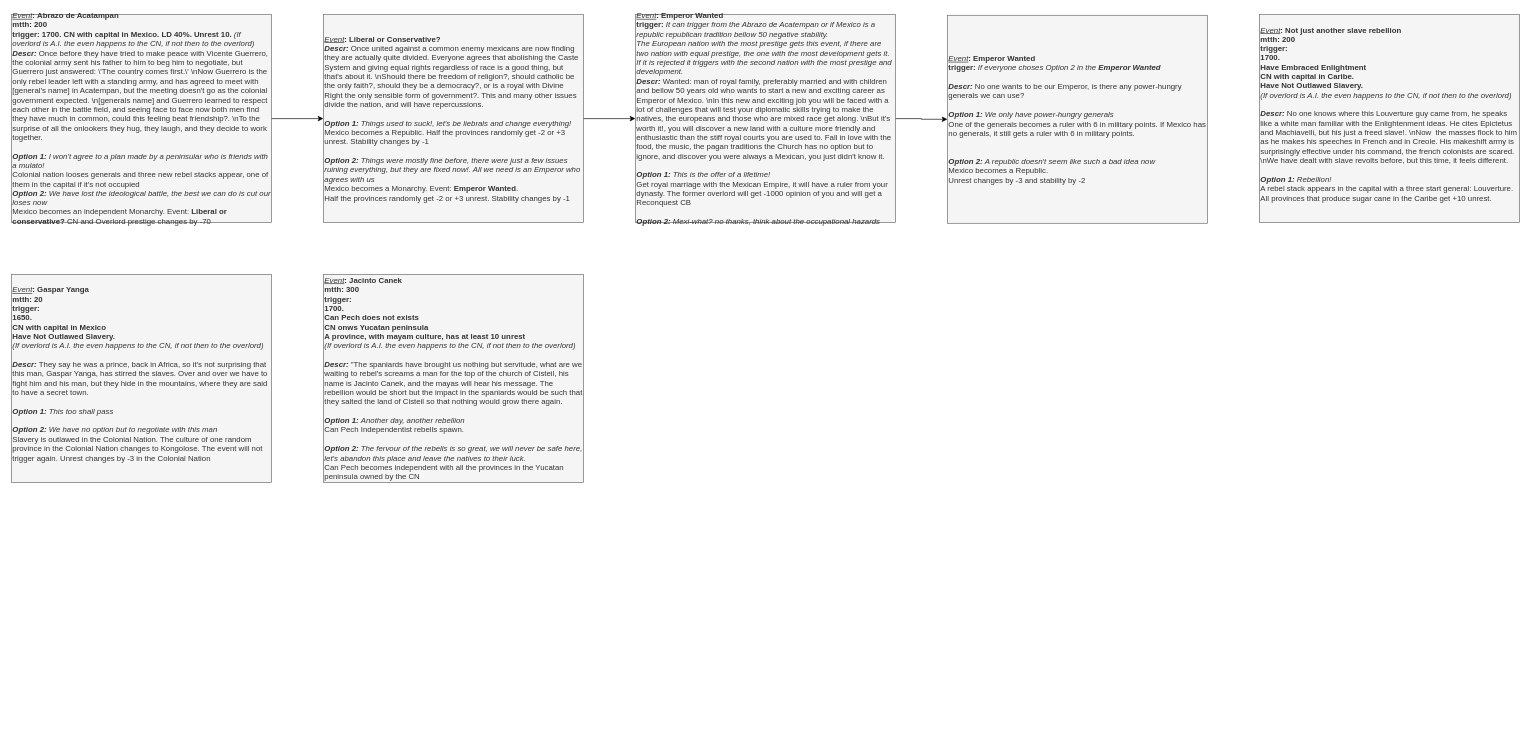
The draw.io diagram page "Events" (2 of 2) of Mexico/It's Tacos Time 0.1.drawio in Melvasul/Missions-Expanded, before the edit. Source tidied: cells renumbered, new cells numbered last; positions are measured from the earlier drawing's top-left corner, leaving out a move shared by most shapes. Both pictures are drawn from the tidied source at 65%, with x=0, y=0 at pixel (11, 14).
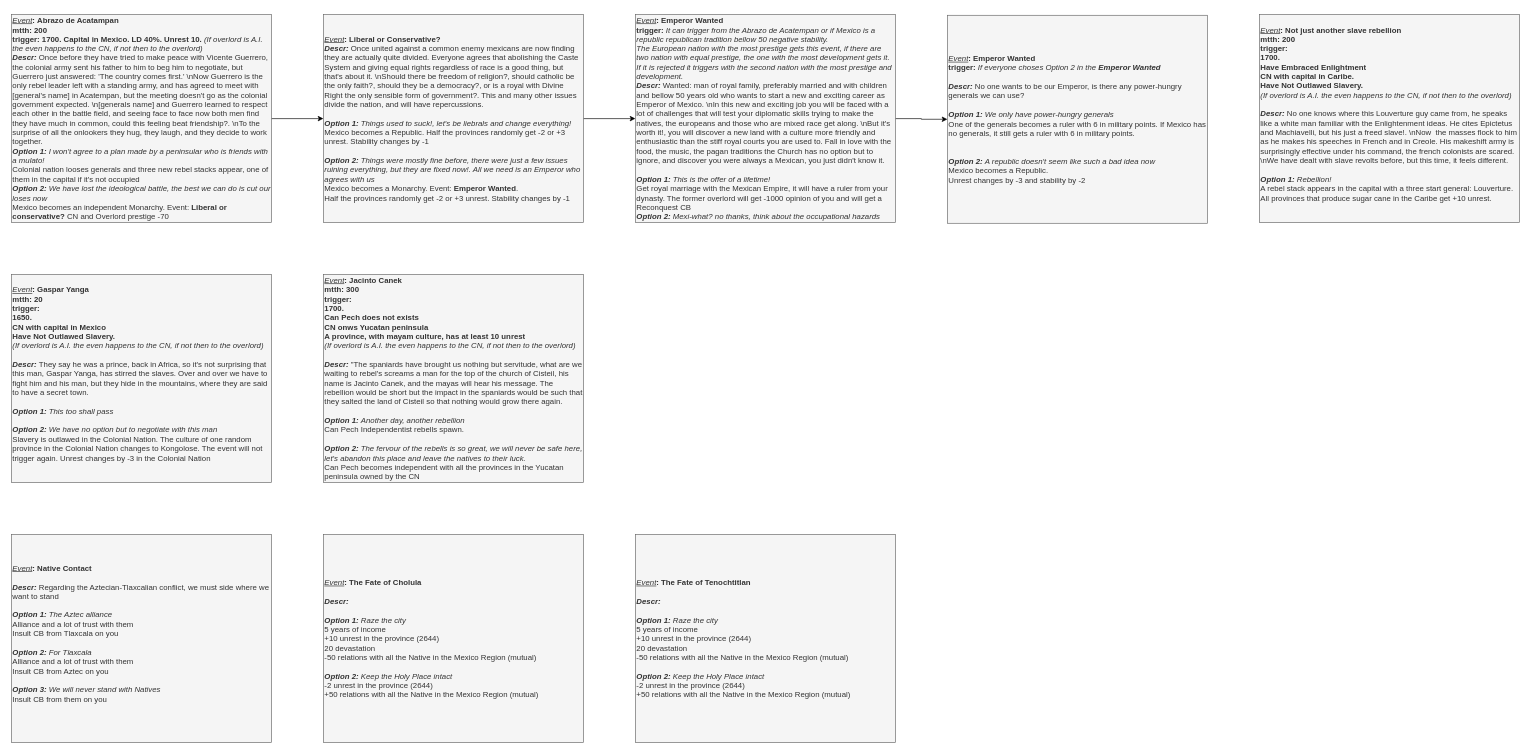
Above is the later version.

The edit, as a diff of the source:
```diff
@@
-    <mxCell id="3" value="&lt;div style=&quot;font-size: 12px&quot;&gt;&lt;/div&gt;&lt;i&gt;&lt;u&gt;Event&lt;/u&gt;&lt;/i&gt;&lt;b&gt;:&amp;nbsp;&lt;/b&gt;&lt;b&gt;Abrazo de Acatampan&lt;/b&gt;&lt;div style=&quot;font-size: 12px&quot;&gt;&lt;b&gt;mtth: 200&lt;/b&gt;&lt;/div&gt;&lt;b&gt;trigger: 1700. CN with capital in Mexico. LD 40%. Unrest 10. &lt;/b&gt;&lt;i&gt;(If overlord is A.I. the even happens to the CN, if not then to the overlord)&lt;/i&gt;&lt;div&gt;&lt;font&gt;&lt;div style=&quot;font-size: 12px&quot;&gt;&lt;b style=&quot;font-size: 12px&quot;&gt;&lt;i style=&quot;font-size: 12px&quot;&gt;Descr:&amp;nbsp;&lt;/i&gt;&lt;/b&gt;&lt;span&gt;Once before they have tried to make peace with Vicente Guerrero, the colonial army sent his father to him to beg him to negotiate, but Guerrero just answered: \'The country comes first.\' \n&lt;/span&gt;&lt;span&gt;Now Guerrero is the only rebel leader left with a standing army, and has agreed to meet with [general's name] in Acatempan, but the meeting doesn't go as the colonial government expected. \n&lt;/span&gt;&lt;span&gt;[generals name] and Guerrero learned to respect each other in the battle field, and seeing face to face now both men find they have much in common, could this feeling beat friendship?. \n&lt;/span&gt;&lt;span&gt;To the surprise of all the onlookers they hug, they laugh, and they decide to work together.&lt;/span&gt;&lt;/div&gt;&lt;/font&gt;&lt;/div&gt;&lt;div&gt;&lt;br&gt;&lt;/div&gt;&lt;div style=&quot;font-size: 12px&quot;&gt;&lt;/div&gt;&lt;font&gt;&lt;b style=&quot;font-size: 12px ; font-style: italic&quot;&gt;Option 1:&amp;nbsp;&lt;/b&gt;&lt;i&gt;I won't agree to a plan made by a peninsular who is friends with a mulato!&lt;/i&gt;&lt;br&gt;Colonial nation looses generals and three new rebel stacks appear, one of them in the capital if it's not occupied&lt;br&gt;&lt;i&gt;&lt;b style=&quot;font-size: 12px&quot;&gt;Option 2:&amp;nbsp;&lt;/b&gt;We have lost the ideological battle, the best we can do is cut our loses now&lt;br&gt;&lt;/i&gt;Mexico becomes an independent Monarchy. Event: &lt;b&gt;Liberal or conservative?&lt;/b&gt;&amp;nbsp;CN and Overlord prestige changes by -70&lt;br&gt;&lt;/font&gt;" style="rounded=0;whiteSpace=wrap;html=1;align=left;fontSize=12;fillColor=#f5f5f5;strokeColor=#666666;fontColor=#333333;" parent="1" vertex="1">
+    <mxCell id="3" value="&lt;div style=&quot;font-size: 12px&quot;&gt;&lt;/div&gt;&lt;i&gt;&lt;u&gt;Event&lt;/u&gt;&lt;/i&gt;&lt;b&gt;:&amp;nbsp;&lt;/b&gt;&lt;b&gt;Abrazo de Acatampan&lt;/b&gt;&lt;div style=&quot;font-size: 12px&quot;&gt;&lt;b&gt;mtth: 200&lt;/b&gt;&lt;/div&gt;&lt;b&gt;trigger: 1700. Capital in Mexico. LD 40%. Unrest 10. &lt;/b&gt;&lt;i&gt;(If overlord is A.I. the even happens to the CN, if not then to the overlord)&lt;/i&gt;&lt;div&gt;&lt;font&gt;&lt;div style=&quot;font-size: 12px&quot;&gt;&lt;b style=&quot;font-size: 12px&quot;&gt;&lt;i style=&quot;font-size: 12px&quot;&gt;Descr:&amp;nbsp;&lt;/i&gt;&lt;/b&gt;&lt;span&gt;Once before they have tried to make peace with Vicente Guerrero, the colonial army sent his father to him to beg him to negotiate, but Guerrero just answered: 'The country comes first.' \n&lt;/span&gt;&lt;span&gt;Now Guerrero is the only rebel leader left with a standing army, and has agreed to meet with [general's name] in Acatempan, but the meeting doesn't go as the colonial government expected. \n&lt;/span&gt;&lt;span&gt;[generals name] and Guerrero learned to respect each other in the battle field, and seeing face to face now both men find they have much in common, could this feeling beat friendship?. \n&lt;/span&gt;&lt;span&gt;To the surprise of all the onlookers they hug, they laugh, and they decide to work together.&lt;/span&gt;&lt;/div&gt;&lt;/font&gt;&lt;/div&gt;&lt;div&gt;&lt;/div&gt;&lt;font&gt;&lt;b style=&quot;font-size: 12px ; font-style: italic&quot;&gt;Option 1:&amp;nbsp;&lt;/b&gt;&lt;i&gt;I won't agree to a plan made by a peninsular who is friends with a mulato!&lt;/i&gt;&lt;br&gt;Colonial nation looses generals and three new rebel stacks appear, one of them in the capital if it's not occupied&lt;br&gt;&lt;i&gt;&lt;b style=&quot;font-size: 12px&quot;&gt;Option 2:&amp;nbsp;&lt;/b&gt;We have lost the ideological battle, the best we can do is cut our loses now&lt;br&gt;&lt;/i&gt;Mexico becomes an independent Monarchy. Event: &lt;b&gt;Liberal or conservative?&lt;/b&gt;&amp;nbsp;CN and Overlord prestige -70&lt;br&gt;&lt;/font&gt;" style="rounded=0;whiteSpace=wrap;html=1;align=left;fontSize=12;fillColor=#f5f5f5;strokeColor=#666666;fontColor=#333333;" parent="1" vertex="1">
       <mxGeometry width="400" height="320" as="geometry" />
     </mxCell>
@@
+    <mxCell id="12" value="&lt;div style=&quot;font-size: 12px&quot;&gt;&lt;/div&gt;&lt;i&gt;&lt;u&gt;Event&lt;/u&gt;&lt;/i&gt;&lt;b&gt;:&amp;nbsp;&lt;/b&gt;&lt;b&gt;Native Contact&lt;br&gt;&lt;/b&gt;&lt;div style=&quot;font-size: 12px&quot;&gt;&lt;/div&gt;&lt;i&gt;&lt;br&gt;&lt;/i&gt;&lt;div&gt;&lt;font&gt;&lt;div&gt;&lt;span style=&quot;font-size: 12px&quot;&gt;&lt;span style=&quot;font-size: 12px&quot;&gt;&lt;b style=&quot;font-style: italic&quot;&gt;Descr:&lt;/b&gt; Regarding the Aztecian-Tlaxcalian conflict, we must side where we want to stand&lt;/span&gt;&lt;/span&gt;&lt;/div&gt;&lt;/font&gt;&lt;/div&gt;&lt;div&gt;&lt;br&gt;&lt;/div&gt;&lt;div style=&quot;font-size: 12px&quot;&gt;&lt;/div&gt;&lt;font&gt;&lt;b style=&quot;font-size: 12px ; font-style: italic&quot;&gt;Option 1:&amp;nbsp;&lt;/b&gt;&lt;span&gt;&lt;i&gt;The Aztec alliance&lt;br&gt;&lt;/i&gt;&lt;/span&gt;&lt;div&gt;&lt;/div&gt;Alliance and a lot of trust with them&lt;br&gt;Insult CB from Tlaxcala on you&lt;br&gt;&lt;br&gt;&lt;i&gt;&lt;b&gt;Option 2:&lt;/b&gt;&amp;nbsp;For Tlaxcala&lt;/i&gt;&lt;/font&gt;&lt;i&gt;&lt;br&gt;&lt;/i&gt;&lt;div&gt;Alliance and a lot of trust with them&lt;br&gt;&lt;/div&gt;&lt;div&gt;Insult CB from Aztec on you&lt;/div&gt;&lt;div&gt;&lt;br&gt;&lt;/div&gt;&lt;div&gt;&lt;i&gt;&lt;b&gt;Option 3:&lt;/b&gt;&amp;nbsp;We will never stand with Natives&lt;/i&gt;&lt;/div&gt;&lt;div&gt;Insult CB from them on you&lt;/div&gt;&lt;div&gt;&lt;br&gt;&lt;/div&gt;" style="rounded=0;whiteSpace=wrap;html=1;align=left;fontSize=12;fillColor=#f5f5f5;strokeColor=#666666;fontColor=#333333;" parent="1" vertex="1">
+      <mxGeometry y="800" width="400" height="320" as="geometry" />
+    </mxCell>
+    <mxCell id="13" value="&lt;div style=&quot;font-size: 12px&quot;&gt;&lt;/div&gt;&lt;i&gt;&lt;u&gt;Event&lt;/u&gt;&lt;/i&gt;&lt;b&gt;:&amp;nbsp;The Fate of Cholula&lt;/b&gt;&lt;br&gt;&lt;div style=&quot;font-size: 12px&quot;&gt;&lt;/div&gt;&lt;i&gt;&lt;br&gt;&lt;/i&gt;&lt;div&gt;&lt;font&gt;&lt;div&gt;&lt;div&gt;&lt;b style=&quot;font-style: italic&quot;&gt;Descr:&lt;/b&gt;&amp;nbsp;&lt;/div&gt;&lt;div&gt;&lt;br&gt;&lt;/div&gt;&lt;/div&gt;&lt;div&gt;&lt;/div&gt;&lt;b style=&quot;font-style: italic&quot;&gt;Option 1:&lt;/b&gt;&lt;span style=&quot;font-style: italic&quot;&gt;&amp;nbsp;&lt;/span&gt;&lt;i&gt;Raze the city&lt;br&gt;&lt;/i&gt;&lt;div&gt;&lt;/div&gt;5 years of income&lt;/font&gt;&lt;/div&gt;&lt;div&gt;&lt;font&gt;+10 unrest in the province (2644)&lt;/font&gt;&lt;/div&gt;&lt;div&gt;&lt;font&gt;20 devastation&lt;br&gt;-50 relations with all the Native in the Mexico Region (mutual)&lt;br&gt;&lt;br&gt;&lt;i&gt;&lt;b&gt;Option 2:&lt;/b&gt;&amp;nbsp;Keep the Holy Place intact&lt;br&gt;&lt;/i&gt;&lt;div&gt;-2 unrest in the province (2644)&lt;/div&gt;&lt;div&gt;+50 relations with all the Native in the Mexico Region (mutual)&lt;/div&gt;&lt;/font&gt;&lt;/div&gt;" style="rounded=0;whiteSpace=wrap;html=1;align=left;fontSize=12;fillColor=#f5f5f5;strokeColor=#666666;fontColor=#333333;" parent="1" vertex="1">
+      <mxGeometry x="480" y="800" width="400" height="320" as="geometry" />
+    </mxCell>
+    <mxCell id="14" value="&lt;div style=&quot;font-size: 12px&quot;&gt;&lt;/div&gt;&lt;i&gt;&lt;u&gt;Event&lt;/u&gt;&lt;/i&gt;&lt;b&gt;:&amp;nbsp;The Fate of Tenochtitlan&lt;br&gt;&lt;br&gt;&lt;/b&gt;&lt;div&gt;&lt;font&gt;&lt;div&gt;&lt;span style=&quot;font-size: 12px&quot;&gt;&lt;span style=&quot;font-size: 12px&quot;&gt;&lt;b style=&quot;font-style: italic&quot;&gt;Descr:&lt;/b&gt;&amp;nbsp;&lt;/span&gt;&lt;/span&gt;&lt;/div&gt;&lt;div&gt;&lt;span style=&quot;font-size: 12px&quot;&gt;&lt;span style=&quot;font-size: 12px&quot;&gt;&lt;br&gt;&lt;/span&gt;&lt;/span&gt;&lt;/div&gt;&lt;/font&gt;&lt;/div&gt;&lt;div style=&quot;font-size: 12px&quot;&gt;&lt;/div&gt;&lt;div&gt;&lt;b style=&quot;font-style: italic&quot;&gt;Option 1:&lt;/b&gt;&lt;span style=&quot;font-style: italic&quot;&gt;&amp;nbsp;&lt;/span&gt;&lt;i&gt;Raze the city&lt;br&gt;&lt;/i&gt;&lt;div&gt;&lt;/div&gt;5 years of income&lt;/div&gt;&lt;div&gt;+10 unrest in the province (2644)&lt;/div&gt;&lt;div&gt;20 devastation&lt;br&gt;-50 relations with all the Native in the Mexico Region (mutual)&lt;br&gt;&lt;br&gt;&lt;i&gt;&lt;b&gt;Option 2:&lt;/b&gt;&amp;nbsp;Keep the Holy Place intact&lt;br&gt;&lt;/i&gt;&lt;div&gt;-2 unrest in the province (2644)&lt;/div&gt;&lt;div&gt;+50 relations with all the Native in the Mexico Region (mutual)&lt;/div&gt;&lt;/div&gt;" style="rounded=0;whiteSpace=wrap;html=1;align=left;fontSize=12;fillColor=#f5f5f5;strokeColor=#666666;fontColor=#333333;" parent="1" vertex="1">
+      <mxGeometry x="960" y="800" width="400" height="320" as="geometry" />
+    </mxCell>
@@
-    <mxCell id="10" value="&lt;div style=&quot;font-size: 12px&quot;&gt;&lt;/div&gt;&lt;i&gt;&lt;u&gt;Event&lt;/u&gt;&lt;/i&gt;&lt;b&gt;:&amp;nbsp;&lt;/b&gt;&lt;span&gt;&lt;b&gt;Emperor Wanted&lt;br&gt;trigger:&amp;nbsp;&lt;/b&gt;&lt;/span&gt;&lt;span&gt;&lt;i&gt;It can trigger from the Abrazo de Acatempan or if Mexico is a republic republican tradition bellow 50 negative stability.&lt;br&gt;&lt;/i&gt;&lt;/span&gt;&lt;span&gt;&lt;i&gt;The European nation with the most prestige gets this event, if there are two nation with equal prestige, the one with the most development gets it. If it is rejected it triggers with the second nation with the most prestige and development.&lt;/i&gt;&lt;br&gt;&lt;/span&gt;&lt;div&gt;&lt;font&gt;&lt;div&gt;&lt;b style=&quot;font-size: 12px&quot;&gt;&lt;i style=&quot;font-size: 12px&quot;&gt;Descr:&amp;nbsp;&lt;/i&gt;&lt;/b&gt;&lt;span&gt;Wanted: man of royal family, preferably married and with children and bellow 50 years old who wants to start a new and exciting career as Emperor of Mexico. \n&lt;/span&gt;&lt;span&gt;In this new and exciting job you will be faced with a lot of challenges that will test your diplomatic skills trying to make the natives, the europeans and those who are mixed race get along. \n&lt;/span&gt;&lt;span&gt;But it's worth it!, you will discover a new land with a culture more friendly and enthusiastic than the stiff royal courts you are used to. Fall in love with the food, the music, the pagan traditions the Church has no option but to ignore, and discover you were always a Mexican, you just didn't know it.&lt;/span&gt;&lt;/div&gt;&lt;/font&gt;&lt;/div&gt;&lt;div&gt;&lt;br&gt;&lt;/div&gt;&lt;div style=&quot;font-size: 12px&quot;&gt;&lt;/div&gt;&lt;font&gt;&lt;b style=&quot;font-size: 12px ; font-style: italic&quot;&gt;Option 1:&amp;nbsp;&lt;/b&gt;&lt;span&gt;&lt;i&gt;This is the offer of a lifetime!&lt;br&gt;&lt;/i&gt;&lt;/span&gt;&lt;div&gt;&lt;div&gt;Get royal marriage with the Mexican Empire, it will have a ruler from your dynasty. The former overlord will get -1000 opinion of you and will get a Reconquest CB&lt;/div&gt;&lt;/div&gt;&lt;div&gt;&lt;br&gt;&lt;/div&gt;&lt;b style=&quot;font-size: 12px ; font-style: italic&quot;&gt;Option 2:&amp;nbsp;&lt;/b&gt;&lt;span&gt;&lt;i&gt;Mexi-what? no thanks, think about the occupational hazards&lt;br&gt;&lt;/i&gt;&lt;/span&gt;&lt;/font&gt;" style="rounded=0;whiteSpace=wrap;html=1;align=left;fontSize=12;fillColor=#f5f5f5;strokeColor=#666666;fontColor=#333333;" parent="1" vertex="1">
+    <mxCell id="10" value="&lt;div style=&quot;font-size: 12px&quot;&gt;&lt;/div&gt;&lt;i&gt;&lt;u&gt;Event&lt;/u&gt;&lt;/i&gt;&lt;b&gt;:&amp;nbsp;&lt;/b&gt;&lt;span&gt;&lt;b&gt;Emperor Wanted&lt;br&gt;trigger:&amp;nbsp;&lt;/b&gt;&lt;/span&gt;&lt;span&gt;&lt;i&gt;It can trigger from the Abrazo de Acatempan or if Mexico is a republic republican tradition bellow 50 negative stability.&lt;br&gt;&lt;/i&gt;&lt;/span&gt;&lt;span&gt;&lt;i&gt;The European nation with the most prestige gets this event, if there are two nation with equal prestige, the one with the most development gets it. If it is rejected it triggers with the second nation with the most prestige and development.&lt;/i&gt;&lt;br&gt;&lt;/span&gt;&lt;div&gt;&lt;font&gt;&lt;div&gt;&lt;b style=&quot;font-size: 12px&quot;&gt;&lt;i style=&quot;font-size: 12px&quot;&gt;Descr:&amp;nbsp;&lt;/i&gt;&lt;/b&gt;&lt;span&gt;Wanted: man of royal family, preferably married and with children and bellow 50 years old who wants to start a new and exciting career as Emperor of Mexico. \n&lt;/span&gt;&lt;span&gt;In this new and exciting job you will be faced with a lot of challenges that will test your diplomatic skills trying to make the natives, the europeans and those who are mixed race get along. \n&lt;/span&gt;&lt;span&gt;But it's worth it!, you will discover a new land with a culture more friendly and enthusiastic than the stiff royal courts you are used to. Fall in love with the food, the music, the pagan traditions the Church has no option but to ignore, and discover you were always a Mexican, you just didn't know it.&lt;/span&gt;&lt;/div&gt;&lt;/font&gt;&lt;/div&gt;&lt;div&gt;&lt;br&gt;&lt;/div&gt;&lt;div style=&quot;font-size: 12px&quot;&gt;&lt;/div&gt;&lt;font&gt;&lt;b style=&quot;font-size: 12px ; font-style: italic&quot;&gt;Option 1:&amp;nbsp;&lt;/b&gt;&lt;span&gt;&lt;i&gt;This is the offer of a lifetime!&lt;br&gt;&lt;/i&gt;&lt;/span&gt;&lt;div&gt;&lt;div&gt;Get royal marriage with the Mexican Empire, it will have a ruler from your dynasty. The former overlord will get -1000 opinion of you and will get a Reconquest CB&lt;/div&gt;&lt;/div&gt;&lt;div&gt;&lt;/div&gt;&lt;b style=&quot;font-size: 12px ; font-style: italic&quot;&gt;Option 2:&amp;nbsp;&lt;/b&gt;&lt;span&gt;&lt;i&gt;Mexi-what? no thanks, think about the occupational hazards&lt;br&gt;&lt;/i&gt;&lt;/span&gt;&lt;/font&gt;" style="rounded=0;whiteSpace=wrap;html=1;align=left;fontSize=12;fillColor=#f5f5f5;strokeColor=#666666;fontColor=#333333;" parent="1" vertex="1">
       <mxGeometry x="960" width="400" height="320" as="geometry" />
     </mxCell>
```
